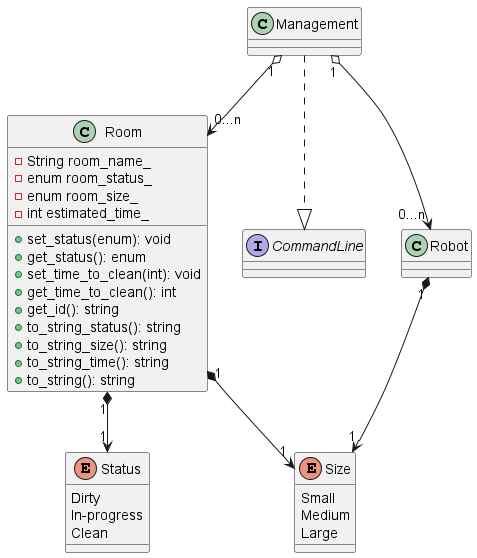
The PlantUML diagram docs/design/images/room_class_diagram.png in ur-cs-courses/course-project-krykna, before a commit.
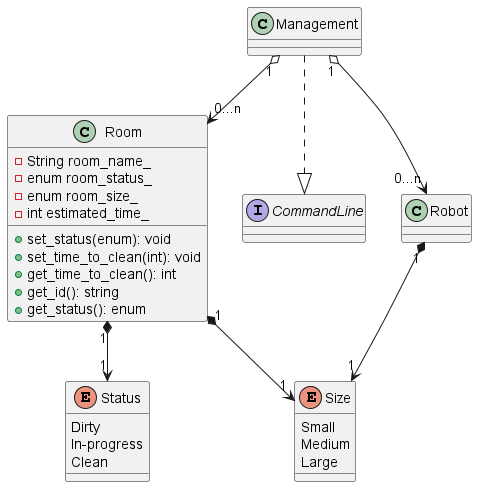
After the change.

Commit message:
Updated Room Class diagram

Removing obvious/support functions

Change to the diagram source:
```diff
@@ -5,14 +5,10 @@
     - enum room_size_
     - int estimated_time_
     + set_status(enum): void
-    + get_status(): enum
     + set_time_to_clean(int): void
     + get_time_to_clean(): int
     + get_id(): string
-    + to_string_status(): string
-    + to_string_size(): string
-    + to_string_time(): string
-    + to_string(): string
+    + get_status(): enum
 }
 
 enum Status {
```
